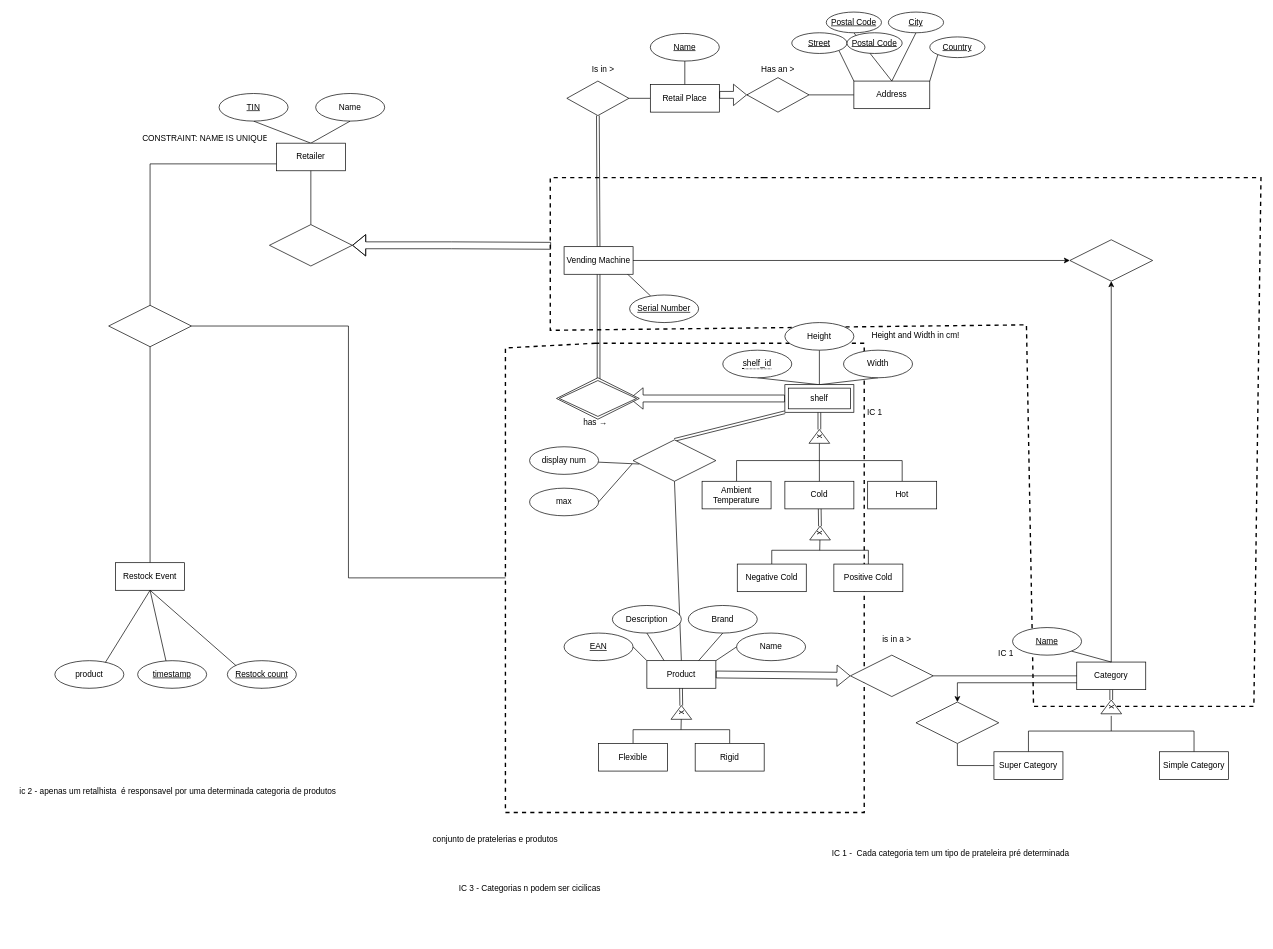
Earlier version of the draw.io diagram domain/diagrama.drawio (diogotcorreia/vending-machines-bd). Source tidied: cells renumbered, new cells numbered last; positions are measured from the earlier drawing's top-left corner, leaving out a move shared by most shapes. Both pictures are drawn from the tidied source at 69%, with x=0, y=0 at pixel (15, 12).
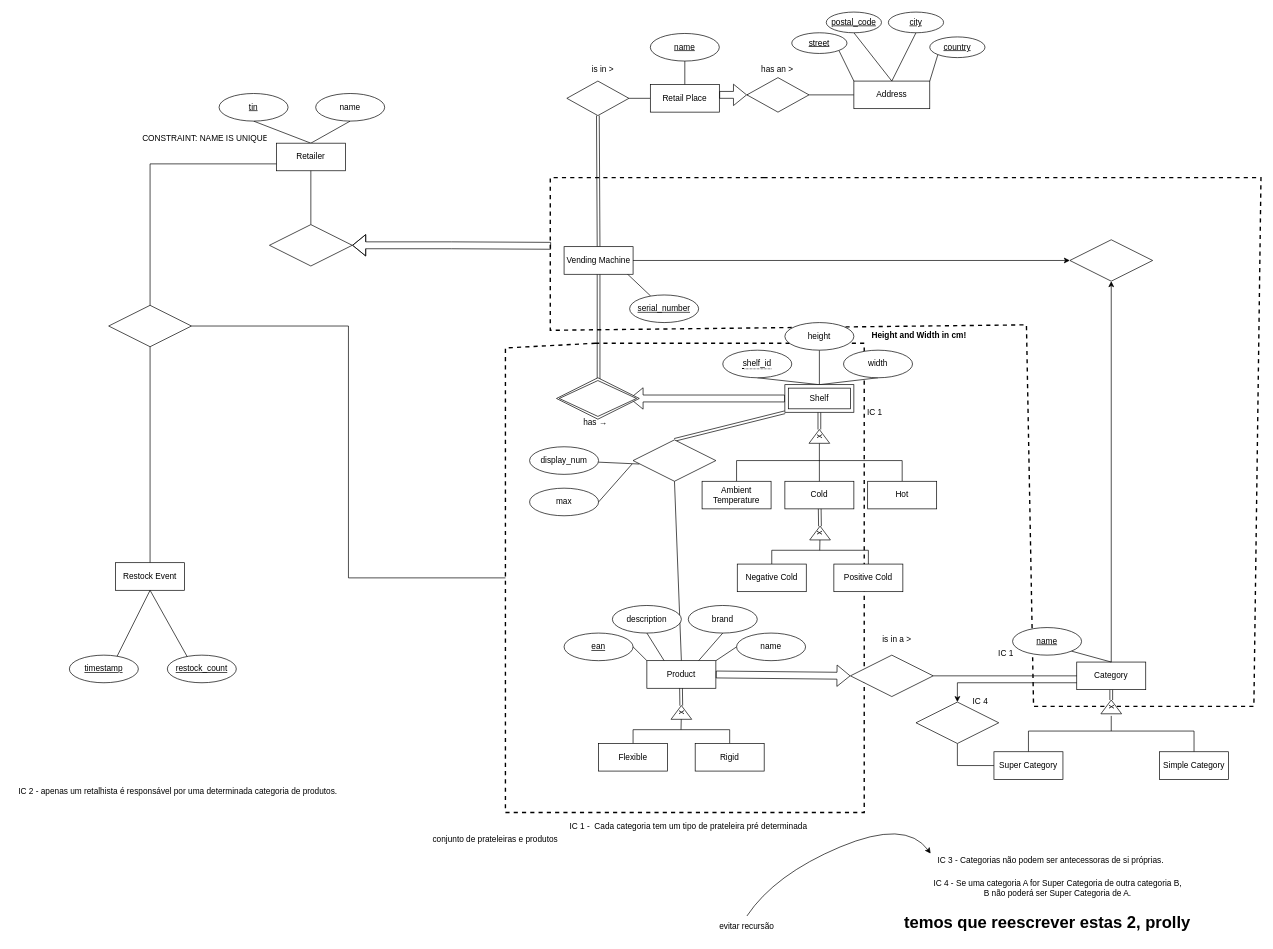
The same page after the edit.

Commit message:
Fix diagram details (capitalization, adding IC's)

Unchanged cells that the change refers to:
```xml
<mxCell id="90" value="Restock Event" style="whiteSpace=wrap;html=1;align=center;" parent="1" vertex="1">
  <mxGeometry x="145" y="798" width="100" height="40" as="geometry" />
</mxCell>
```

What changed in the source:
```diff
@@
-    <mxCell id="8" value="Serial Number" style="ellipse;whiteSpace=wrap;html=1;align=center;fontStyle=4;" parent="1" vertex="1">
+    <mxCell id="8" value="serial_number" style="ellipse;whiteSpace=wrap;html=1;align=center;fontStyle=4;" parent="1" vertex="1">
       <mxGeometry x="890" y="410" width="100" height="40" as="geometry" />
     </mxCell>
@@
-    <mxCell id="13" value="Is in &gt;" style="text;strokeColor=none;fillColor=none;spacingLeft=4;spacingRight=4;overflow=hidden;fontSize=12;" parent="1" vertex="1">
+    <mxCell id="13" value="is in &gt;" style="text;strokeColor=none;fillColor=none;spacingLeft=4;spacingRight=4;overflow=hidden;fontSize=12;" parent="1" vertex="1">
       <mxGeometry x="829.5" y="70" width="45" height="30" as="geometry" />
     </mxCell>
-    <mxCell id="14" value="Name" style="ellipse;whiteSpace=wrap;html=1;align=center;fontStyle=4;" parent="1" vertex="1">
+    <mxCell id="14" value="name" style="ellipse;whiteSpace=wrap;html=1;align=center;fontStyle=4;" parent="1" vertex="1">
       <mxGeometry x="920" y="31" width="100" height="40" as="geometry" />
     </mxCell>
@@
-    <mxCell id="18" value="Has an &gt;" style="text;strokeColor=none;fillColor=none;spacingLeft=4;spacingRight=4;overflow=hidden;fontSize=12;" parent="1" vertex="1">
+    <mxCell id="18" value="has an &gt;" style="text;strokeColor=none;fillColor=none;spacingLeft=4;spacingRight=4;overflow=hidden;fontSize=12;" parent="1" vertex="1">
       <mxGeometry x="1075" y="70" width="60" height="30" as="geometry" />
     </mxCell>
@@
-    <mxCell id="25" value="Street" style="ellipse;whiteSpace=wrap;html=1;align=center;fontStyle=4;rounded=0;" parent="1" vertex="1">
+    <mxCell id="25" value="street" style="ellipse;whiteSpace=wrap;html=1;align=center;fontStyle=4;rounded=0;" parent="1" vertex="1">
       <mxGeometry x="1125" y="30" width="80" height="30" as="geometry" />
     </mxCell>
-    <mxCell id="26" value="Postal Code" style="ellipse;whiteSpace=wrap;html=1;align=center;fontStyle=4;rounded=0;" parent="1" vertex="1">
+    <mxCell id="26" value="postal_code" style="ellipse;whiteSpace=wrap;html=1;align=center;fontStyle=4;rounded=0;" parent="1" vertex="1">
       <mxGeometry x="1175" width="80" height="30" as="geometry" />
     </mxCell>
-    <mxCell id="27" value="City" style="ellipse;whiteSpace=wrap;html=1;align=center;fontStyle=4;rounded=0;" parent="1" vertex="1">
+    <mxCell id="27" value="city" style="ellipse;whiteSpace=wrap;html=1;align=center;fontStyle=4;rounded=0;" parent="1" vertex="1">
       <mxGeometry x="1265" width="80" height="30" as="geometry" />
     </mxCell>
-    <mxCell id="28" value="Country" style="ellipse;whiteSpace=wrap;html=1;align=center;fontStyle=4;rounded=0;" parent="1" vertex="1">
+    <mxCell id="28" value="country" style="ellipse;whiteSpace=wrap;html=1;align=center;fontStyle=4;rounded=0;" parent="1" vertex="1">
       <mxGeometry x="1325" y="36" width="80" height="30" as="geometry" />
     </mxCell>
@@
-    <mxCell id="32" value="TIN" style="ellipse;whiteSpace=wrap;html=1;align=center;fontStyle=4;rounded=0;" parent="1" vertex="1">
+    <mxCell id="32" value="tin" style="ellipse;whiteSpace=wrap;html=1;align=center;fontStyle=4;rounded=0;" parent="1" vertex="1">
       <mxGeometry x="295" y="118" width="100" height="40" as="geometry" />
     </mxCell>
-    <mxCell id="33" value="Name" style="ellipse;whiteSpace=wrap;html=1;align=center;rounded=0;" parent="1" vertex="1">
+    <mxCell id="33" value="name" style="ellipse;whiteSpace=wrap;html=1;align=center;rounded=0;" parent="1" vertex="1">
       <mxGeometry x="435" y="118" width="100" height="40" as="geometry" />
     </mxCell>
@@
-    <mxCell id="38" value="Width" style="ellipse;whiteSpace=wrap;html=1;align=center;rounded=0;" parent="1" vertex="1">
+    <mxCell id="38" value="width" style="ellipse;whiteSpace=wrap;html=1;align=center;rounded=0;" parent="1" vertex="1">
       <mxGeometry x="1200" y="490" width="100" height="40" as="geometry" />
     </mxCell>
-    <mxCell id="39" value="Height" style="ellipse;whiteSpace=wrap;html=1;align=center;rounded=0;" parent="1" vertex="1">
+    <mxCell id="39" value="height" style="ellipse;whiteSpace=wrap;html=1;align=center;rounded=0;" parent="1" vertex="1">
       <mxGeometry x="1115" y="450" width="100" height="40" as="geometry" />
     </mxCell>
-    <mxCell id="40" value="Height and Width in cm!" style="text;strokeColor=none;fillColor=none;spacingLeft=4;spacingRight=4;overflow=hidden;fontSize=12;rounded=0;" parent="1" vertex="1">
+    <mxCell id="40" value="Height and Width in cm!" style="text;strokeColor=none;fillColor=none;spacingLeft=4;spacingRight=4;overflow=hidden;fontSize=12;rounded=0;fontStyle=1;" parent="1" vertex="1">
       <mxGeometry x="1235" y="455" width="160" height="30" as="geometry" />
     </mxCell>
@@
-    <mxCell id="43" value="Postal Code" style="ellipse;whiteSpace=wrap;html=1;align=center;fontStyle=4;rounded=0;" parent="1" vertex="1">
-      <mxGeometry x="1205" y="30" width="80" height="30" as="geometry" />
-    </mxCell>
@@
-    <mxCell id="65" value="EAN" style="ellipse;whiteSpace=wrap;html=1;align=center;fontStyle=4;rounded=0;" parent="1" vertex="1">
+    <mxCell id="65" value="ean" style="ellipse;whiteSpace=wrap;html=1;align=center;fontStyle=4;rounded=0;" parent="1" vertex="1">
       <mxGeometry x="795" y="900" width="100" height="40" as="geometry" />
     </mxCell>
-    <mxCell id="66" value="Name" style="ellipse;whiteSpace=wrap;html=1;align=center;rounded=0;" parent="1" vertex="1">
+    <mxCell id="66" value="name" style="ellipse;whiteSpace=wrap;html=1;align=center;rounded=0;" parent="1" vertex="1">
       <mxGeometry x="1045" y="900" width="100" height="40" as="geometry" />
     </mxCell>
-    <mxCell id="67" value="Description" style="ellipse;whiteSpace=wrap;html=1;align=center;rounded=0;" parent="1" vertex="1">
+    <mxCell id="67" value="description" style="ellipse;whiteSpace=wrap;html=1;align=center;rounded=0;" parent="1" vertex="1">
       <mxGeometry x="865" y="860" width="100" height="40" as="geometry" />
     </mxCell>
-    <mxCell id="68" value="Brand" style="ellipse;whiteSpace=wrap;html=1;align=center;rounded=0;" parent="1" vertex="1">
+    <mxCell id="68" value="brand" style="ellipse;whiteSpace=wrap;html=1;align=center;rounded=0;" parent="1" vertex="1">
       <mxGeometry x="975" y="860" width="100" height="40" as="geometry" />
     </mxCell>
@@
-    <mxCell id="87" value="Name" style="ellipse;whiteSpace=wrap;html=1;align=center;fontStyle=4;rounded=0;" parent="1" vertex="1">
+    <mxCell id="87" value="name" style="ellipse;whiteSpace=wrap;html=1;align=center;fontStyle=4;rounded=0;" parent="1" vertex="1">
       <mxGeometry x="1445" y="892" width="100" height="40" as="geometry" />
     </mxCell>
@@
-    <mxCell id="91" style="edgeStyle=none;rounded=0;jettySize=auto;html=1;exitX=0.5;exitY=1;exitDx=0;exitDy=0;endArrow=none;endFill=0;entryX=0.5;entryY=1;entryDx=0;entryDy=0;" parent="1" edge="1" source="92" target="90">
-      <mxGeometry relative="1" as="geometry" />
-    </mxCell>
-    <mxCell id="92" value="product" style="ellipse;whiteSpace=wrap;html=1;align=center;" parent="1" vertex="1">
-      <mxGeometry x="57" y="940" width="100" height="40" as="geometry" />
-    </mxCell>
@@
     <mxCell id="94" value="timestamp" style="ellipse;whiteSpace=wrap;html=1;align=center;fontStyle=4;" parent="1" vertex="1">
-      <mxGeometry x="177" y="940" width="100" height="40" as="geometry" />
+      <mxGeometry x="78" y="932" width="100" height="40" as="geometry" />
     </mxCell>
@@
-    <mxCell id="96" value="Restock count" style="ellipse;whiteSpace=wrap;html=1;align=center;fontStyle=4;" parent="1" vertex="1">
-      <mxGeometry x="307" y="940" width="100" height="40" as="geometry" />
+    <mxCell id="96" value="restock_count" style="ellipse;whiteSpace=wrap;html=1;align=center;fontStyle=4;" parent="1" vertex="1">
+      <mxGeometry x="220" y="932" width="100" height="40" as="geometry" />
     </mxCell>
@@
-    <mxCell id="105" value="display num" style="ellipse;whiteSpace=wrap;html=1;align=center;" parent="1" vertex="1">
+    <mxCell id="105" value="display_num" style="ellipse;whiteSpace=wrap;html=1;align=center;" parent="1" vertex="1">
       <mxGeometry x="745" y="630" width="100" height="40" as="geometry" />
     </mxCell>
@@
-    <mxCell id="120" value="shelf" style="shape=ext;margin=3;double=1;whiteSpace=wrap;html=1;align=center;" parent="1" vertex="1">
+    <mxCell id="120" value="Shelf" style="shape=ext;margin=3;double=1;whiteSpace=wrap;html=1;align=center;" parent="1" vertex="1">
       <mxGeometry x="1115" y="540" width="100" height="40" as="geometry" />
     </mxCell>
@@
     <mxCell id="125" value="IC 1 -&amp;nbsp; Cada categoria tem um tipo de prateleira pré determinada" style="text;html=1;align=center;verticalAlign=middle;strokeColor=none;fillColor=none;" parent="1" vertex="1">
-      <mxGeometry x="1175" y="1210" width="360" height="20" as="geometry" />
+      <mxGeometry x="795" y="1170" width="360" height="20" as="geometry" />
     </mxCell>
-    <mxCell id="126" value="conjunto de pratelerias e produtos" style="text;html=1;align=center;verticalAlign=middle;strokeColor=none;fillColor=none;" parent="1" vertex="1">
+    <mxCell id="126" value="conjunto de prateleiras e produtos" style="text;html=1;align=center;verticalAlign=middle;strokeColor=none;fillColor=none;" parent="1" vertex="1">
       <mxGeometry x="595" y="1190" width="200" height="20" as="geometry" />
     </mxCell>
-    <mxCell id="127" value="ic 2 - apenas um retalhista&amp;nbsp; é responsavel por uma determinada categoria de produtos" style="text;html=1;align=center;verticalAlign=middle;strokeColor=none;fillColor=none;" parent="1" vertex="1">
-      <mxGeometry y="1120" width="470" height="20" as="geometry" />
+    <mxCell id="127" value="IC 2 - apenas um retalhista é responsável por uma determinada categoria de produtos." style="text;html=1;align=center;verticalAlign=middle;strokeColor=none;fillColor=none;" parent="1" vertex="1">
+      <mxGeometry x="-5" y="1120" width="480" height="20" as="geometry" />
     </mxCell>
-    <mxCell id="128" value="IC 3 - Categorias n podem ser cicilicas" style="text;html=1;align=center;verticalAlign=middle;points=[];strokeColor=none;fillColor=none;" parent="1" vertex="1">
-      <mxGeometry x="635" y="1260" width="220" height="20" as="geometry" />
+    <mxCell id="128" value="IC 3 - Categorias não podem ser antecessoras de si próprias." style="text;html=1;align=center;verticalAlign=middle;points=[];strokeColor=none;fillColor=none;" parent="1" vertex="1">
+      <mxGeometry x="1330" y="1220" width="340" height="20" as="geometry" />
     </mxCell>
+    <mxCell id="129" value="IC 4" style="text;html=1;align=center;verticalAlign=middle;strokeColor=none;fillColor=none;" parent="1" vertex="1">
+      <mxGeometry x="1378" y="990" width="40" height="20" as="geometry" />
+    </mxCell>
+    <mxCell id="130" value="IC 4 - Se uma categoria A for Super Categoria de outra categoria B,&lt;br&gt;B não poderá ser Super Categoria de A." style="text;html=1;align=center;verticalAlign=middle;strokeColor=none;fillColor=none;" parent="1" vertex="1">
+      <mxGeometry x="1320" y="1255" width="380" height="30" as="geometry" />
+    </mxCell>
+    <mxCell id="131" style="curved=1;endArrow=classic;html=1;rounded=0;entryX=-0.011;entryY=-0.022;entryDx=0;entryDy=0;entryPerimeter=0;exitX=0.5;exitY=0;exitDx=0;exitDy=0;" parent="1" edge="1" source="132" target="128">
+      <mxGeometry relative="1" as="geometry">
+        <Array as="points">
+          <mxPoint x="1100" y="1250" />
+          <mxPoint x="1290" y="1170" />
+        </Array>
+      </mxGeometry>
+    </mxCell>
+    <mxCell id="132" value="evitar recursão" style="text;html=1;strokeColor=none;fillColor=none;align=center;verticalAlign=middle;whiteSpace=wrap;rounded=0;" parent="1" vertex="1">
+      <mxGeometry x="1005" y="1310" width="110" height="30" as="geometry" />
+    </mxCell>
+    <mxCell id="133" value="temos que reescrever estas 2, prolly" style="text;strokeColor=none;fillColor=none;html=1;fontSize=24;fontStyle=1;verticalAlign=middle;align=center;" parent="1" vertex="1">
+      <mxGeometry x="1445" y="1300" width="100" height="40" as="geometry" />
+    </mxCell>
```
